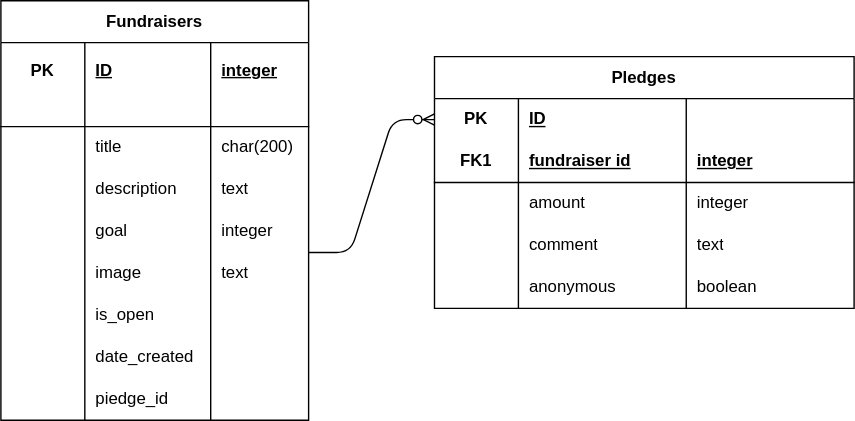
leanne110/crowdfunding_backend keeps this draw.io diagram as database.drawio.svg. Above is the earlier version. Source tidied: cells renumbered, new cells last; positions are measured from the earlier drawing's top-left corner, leaving out a move shared by most shapes.
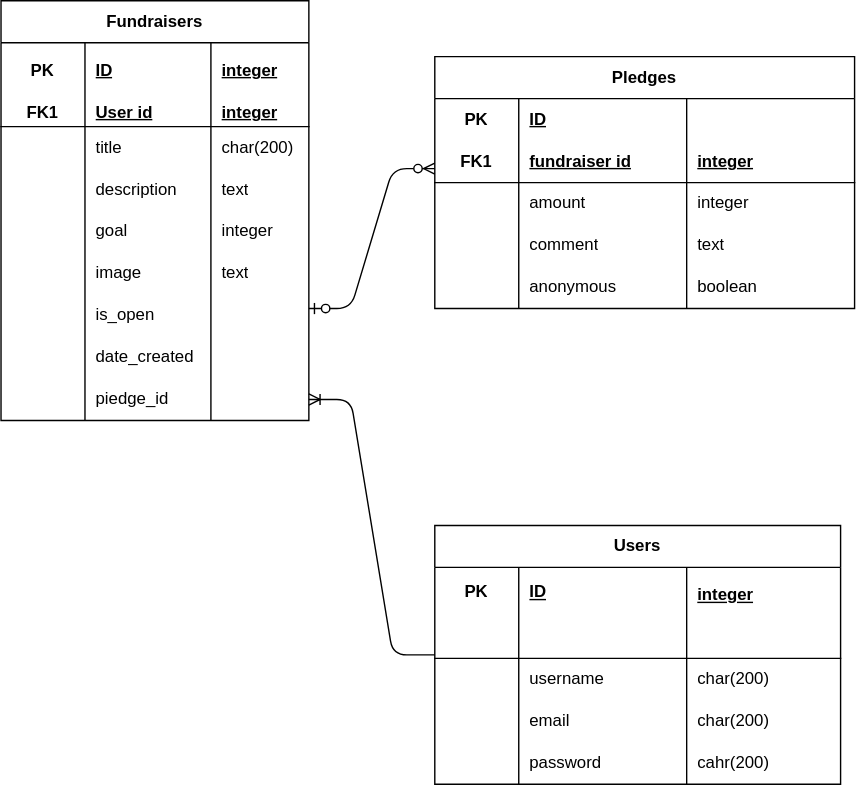
Later version of the same file.

Change to the diagram source:
```diff
@@ -20,10 +20,10 @@
     <mxCell id="7" style="shape=tableRow;horizontal=0;startSize=0;swimlaneHead=0;swimlaneBody=0;fillColor=none;top=0;left=0;right=0;bottom=1;html=1;" parent="2" vertex="1">
       <mxGeometry y="70" width="220" height="20" as="geometry" />
     </mxCell>
-    <mxCell id="8" style="shape=partialRectangle;fillColor=none;top=0;left=0;bottom=0;right=0;fontStyle=1;overflow=hidden;html=1;whiteSpace=wrap;" parent="7" vertex="1">
+    <mxCell id="8" value="FK1" style="shape=partialRectangle;fillColor=none;top=0;left=0;bottom=0;right=0;fontStyle=1;overflow=hidden;html=1;whiteSpace=wrap;" parent="7" vertex="1">
       <mxGeometry width="60" height="20" as="geometry" />
     </mxCell>
-    <mxCell id="9" style="shape=partialRectangle;fillColor=none;top=0;left=0;bottom=0;right=0;align=left;spacingLeft=6;fontStyle=5;overflow=hidden;html=1;whiteSpace=wrap;" parent="7" vertex="1">
+    <mxCell id="9" value="User id" style="shape=partialRectangle;fillColor=none;top=0;left=0;bottom=0;right=0;align=left;spacingLeft=6;fontStyle=5;overflow=hidden;html=1;whiteSpace=wrap;" parent="7" vertex="1">
       <mxGeometry x="60" width="90" height="20" as="geometry" />
     </mxCell>
     <mxCell id="10" style="shape=partialRectangle;fillColor=none;top=0;left=0;bottom=0;right=0;align=left;spacingLeft=6;fontStyle=5;overflow=hidden;html=1;whiteSpace=wrap;" parent="7" vertex="1">
@@ -176,10 +176,87 @@
     <mxCell id="59" value="boolean" style="shape=partialRectangle;fillColor=none;top=0;left=0;bottom=0;right=0;align=left;spacingLeft=6;overflow=hidden;html=1;whiteSpace=wrap;" parent="56" vertex="1">
       <mxGeometry x="180" width="120" height="30" as="geometry" />
     </mxCell>
-    <mxCell id="60" style="edgeStyle=entityRelationEdgeStyle;fontSize=12;html=1;endArrow=ERzeroToMany;endFill=1;entryX=0;entryY=0.5;entryDx=0;entryDy=0;" parent="1" edge="1" target="40">
-      <mxGeometry relative="1" as="geometry">
-        <mxPoint x="220" y="180" as="sourcePoint" />
-      </mxGeometry>
-    </mxCell>
+    <mxCell id="61" style="edgeStyle=entityRelationEdgeStyle;fontSize=12;html=1;endArrow=ERzeroToMany;startArrow=ERzeroToOne;" parent="1" edge="1">
+      <mxGeometry relative="1" as="geometry">
+        <mxPoint x="220" y="220" as="sourcePoint" />
+        <mxPoint x="310" y="120" as="targetPoint" />
+      </mxGeometry>
+    </mxCell>
+    <mxCell id="62" value="Users" style="shape=table;startSize=30;rowLines=0;fontStyle=1;align=center;html=1;whiteSpace=wrap;" parent="1" vertex="1">
+      <mxGeometry x="310" y="375" width="290" height="185" as="geometry" />
+    </mxCell>
+    <mxCell id="63" style="shape=tableRow;horizontal=0;startSize=0;swimlaneHead=0;swimlaneBody=0;fillColor=none;top=0;left=0;right=0;bottom=0;html=1;" parent="62" vertex="1">
+      <mxGeometry y="30" width="290" height="35" as="geometry" />
+    </mxCell>
+    <mxCell id="64" value="PK" style="shape=partialRectangle;fillColor=none;top=0;left=0;bottom=0;right=0;fontStyle=1;overflow=hidden;html=1;whiteSpace=wrap;" parent="63" vertex="1">
+      <mxGeometry width="60" height="35" as="geometry" />
+    </mxCell>
+    <mxCell id="65" value="ID" style="shape=partialRectangle;fillColor=none;top=0;left=0;bottom=0;right=0;align=left;spacingLeft=6;fontStyle=5;overflow=hidden;html=1;whiteSpace=wrap;" parent="63" vertex="1">
+      <mxGeometry x="60" width="120" height="35" as="geometry" />
+    </mxCell>
+    <mxCell id="66" style="shape=partialRectangle;fillColor=none;top=0;left=0;bottom=0;right=0;align=left;spacingLeft=6;fontStyle=5;overflow=hidden;html=1;whiteSpace=wrap;" parent="63" vertex="1">
+      <mxGeometry x="180" width="110" height="35" as="geometry" />
+    </mxCell>
+    <mxCell id="67" style="shape=tableRow;horizontal=0;startSize=0;swimlaneHead=0;swimlaneBody=0;fillColor=none;top=0;left=0;right=0;bottom=1;html=1;" parent="62" vertex="1">
+      <mxGeometry y="65" width="290" height="30" as="geometry" />
+    </mxCell>
+    <mxCell id="68" style="shape=partialRectangle;fillColor=none;top=0;left=0;bottom=0;right=0;fontStyle=1;overflow=hidden;html=1;whiteSpace=wrap;" parent="67" vertex="1">
+      <mxGeometry width="60" height="30" as="geometry" />
+    </mxCell>
+    <mxCell id="69" style="shape=partialRectangle;fillColor=none;top=0;left=0;bottom=0;right=0;align=left;spacingLeft=6;fontStyle=5;overflow=hidden;html=1;whiteSpace=wrap;" parent="67" vertex="1">
+      <mxGeometry x="60" width="120" height="30" as="geometry" />
+    </mxCell>
+    <mxCell id="70" style="shape=partialRectangle;fillColor=none;top=0;left=0;bottom=0;right=0;align=left;spacingLeft=6;fontStyle=5;overflow=hidden;html=1;whiteSpace=wrap;" parent="67" vertex="1">
+      <mxGeometry x="180" width="110" height="30" as="geometry" />
+    </mxCell>
+    <mxCell id="71" style="shape=tableRow;horizontal=0;startSize=0;swimlaneHead=0;swimlaneBody=0;fillColor=none;top=0;left=0;right=0;bottom=0;html=1;" parent="62" vertex="1">
+      <mxGeometry y="95" width="290" height="30" as="geometry" />
+    </mxCell>
+    <mxCell id="72" style="shape=partialRectangle;fillColor=none;top=0;left=0;bottom=0;right=0;overflow=hidden;html=1;whiteSpace=wrap;" parent="71" vertex="1">
+      <mxGeometry width="60" height="30" as="geometry" />
+    </mxCell>
+    <mxCell id="73" value="username" style="shape=partialRectangle;fillColor=none;top=0;left=0;bottom=0;right=0;align=left;spacingLeft=6;overflow=hidden;html=1;whiteSpace=wrap;" parent="71" vertex="1">
+      <mxGeometry x="60" width="120" height="30" as="geometry" />
+    </mxCell>
+    <mxCell id="74" value="char(200)" style="shape=partialRectangle;fillColor=none;top=0;left=0;bottom=0;right=0;align=left;spacingLeft=6;overflow=hidden;html=1;whiteSpace=wrap;" parent="71" vertex="1">
+      <mxGeometry x="180" width="110" height="30" as="geometry" />
+    </mxCell>
+    <mxCell id="75" style="shape=tableRow;horizontal=0;startSize=0;swimlaneHead=0;swimlaneBody=0;fillColor=none;top=0;left=0;right=0;bottom=0;html=1;" parent="62" vertex="1">
+      <mxGeometry y="125" width="290" height="30" as="geometry" />
+    </mxCell>
+    <mxCell id="76" style="shape=partialRectangle;fillColor=none;top=0;left=0;bottom=0;right=0;overflow=hidden;html=1;whiteSpace=wrap;" parent="75" vertex="1">
+      <mxGeometry width="60" height="30" as="geometry" />
+    </mxCell>
+    <mxCell id="77" value="email" style="shape=partialRectangle;fillColor=none;top=0;left=0;bottom=0;right=0;align=left;spacingLeft=6;overflow=hidden;html=1;whiteSpace=wrap;" parent="75" vertex="1">
+      <mxGeometry x="60" width="120" height="30" as="geometry" />
+    </mxCell>
+    <mxCell id="78" value="char(200)" style="shape=partialRectangle;fillColor=none;top=0;left=0;bottom=0;right=0;align=left;spacingLeft=6;overflow=hidden;html=1;whiteSpace=wrap;" parent="75" vertex="1">
+      <mxGeometry x="180" width="110" height="30" as="geometry" />
+    </mxCell>
+    <mxCell id="79" style="shape=tableRow;horizontal=0;startSize=0;swimlaneHead=0;swimlaneBody=0;fillColor=none;top=0;left=0;right=0;bottom=0;html=1;" parent="62" vertex="1">
+      <mxGeometry y="155" width="290" height="30" as="geometry" />
+    </mxCell>
+    <mxCell id="80" style="shape=partialRectangle;fillColor=none;top=0;left=0;bottom=0;right=0;overflow=hidden;html=1;whiteSpace=wrap;" parent="79" vertex="1">
+      <mxGeometry width="60" height="30" as="geometry" />
+    </mxCell>
+    <mxCell id="81" value="password" style="shape=partialRectangle;fillColor=none;top=0;left=0;bottom=0;right=0;align=left;spacingLeft=6;overflow=hidden;html=1;whiteSpace=wrap;" parent="79" vertex="1">
+      <mxGeometry x="60" width="120" height="30" as="geometry" />
+    </mxCell>
+    <mxCell id="82" value="cahr(200)" style="shape=partialRectangle;fillColor=none;top=0;left=0;bottom=0;right=0;align=left;spacingLeft=6;overflow=hidden;html=1;whiteSpace=wrap;" parent="79" vertex="1">
+      <mxGeometry x="180" width="110" height="30" as="geometry" />
+    </mxCell>
+    <mxCell id="83" value="integer" style="shape=partialRectangle;fillColor=none;top=0;left=0;bottom=0;right=0;align=left;spacingLeft=6;fontStyle=5;overflow=hidden;html=1;whiteSpace=wrap;" parent="1" vertex="1">
+      <mxGeometry x="150" y="60" width="70" height="40" as="geometry" />
+    </mxCell>
+    <mxCell id="84" style="edgeStyle=entityRelationEdgeStyle;fontSize=12;html=1;endArrow=ERoneToMany;" parent="1" edge="1" source="62" target="35">
+      <mxGeometry relative="1" as="geometry">
+        <Array as="points">
+          <mxPoint x="420" y="360" />
+        </Array>
+      </mxGeometry>
+    </mxCell>
+    <mxCell id="85" value="integer" style="shape=partialRectangle;fillColor=none;top=0;left=0;bottom=0;right=0;align=left;spacingLeft=6;fontStyle=5;overflow=hidden;html=1;whiteSpace=wrap;" parent="1" vertex="1">
+      <mxGeometry x="490" y="410" width="120" height="30" as="geometry" />
+    </mxCell>
   </root>
 </mxGraphModel>
```
